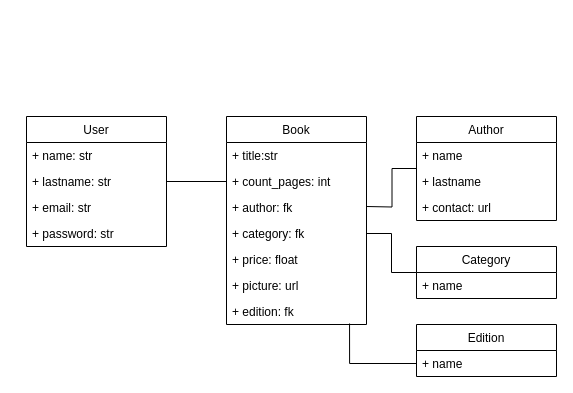
Earlier version of the draw.io diagram doc/association_entity_diagram.drawio (jbbaillet85/veille_tracking). Source tidied: cells renumbered, new cells numbered last; positions are measured from the earlier drawing's top-left corner, leaving out a move shared by most shapes. Both pictures are drawn from the tidied source at 100%, with x=0, y=0 at pixel (26, 116).
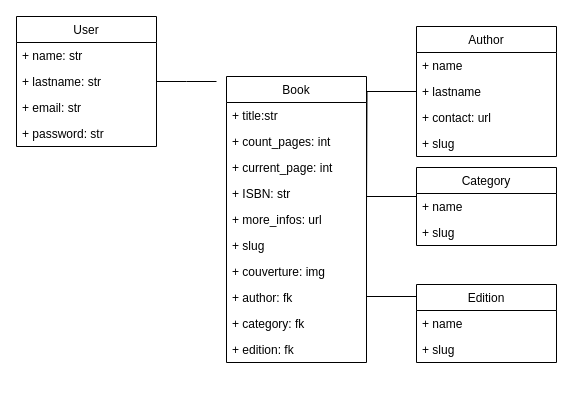
After the change.

Commit message (it also covers changes not shown here):
docs: add diagrame entity association for models and features in readme

Unchanged cells that the change refers to:
```xml
<mxCell id="10" value="+ count_pages: int" style="text;strokeColor=none;fillColor=none;align=left;verticalAlign=top;spacingLeft=4;spacingRight=4;overflow=hidden;points=[[0,0.5],[1,0.5]];portConstraint=eastwest;" parent="8" vertex="1">
  <mxGeometry y="52" width="140" height="26" as="geometry" />
</mxCell>
<mxCell id="25" value="+ name" style="text;strokeColor=none;fillColor=none;align=left;verticalAlign=top;spacingLeft=4;spacingRight=4;overflow=hidden;points=[[0,0.5],[1,0.5]];portConstraint=eastwest;" parent="24" vertex="1">
  <mxGeometry y="26" width="140" height="26" as="geometry" />
</mxCell>
```

Diff of the diagram source:
```diff
@@
-    <mxCell id="2" style="edgeStyle=orthogonalEdgeStyle;rounded=0;jettySize=auto;html=1;entryX=0;entryY=0.5;entryDx=0;entryDy=0;endArrow=none;endFill=0;" parent="1" edge="1" source="3" target="10">
-      <mxGeometry relative="1" as="geometry" />
+    <mxCell id="2" style="edgeStyle=orthogonalEdgeStyle;rounded=0;jettySize=auto;html=1;endArrow=none;endFill=0;" parent="1" edge="1" source="3">
+      <mxGeometry relative="1" as="geometry">
+        <mxPoint x="190" y="-35" as="targetPoint" />
+      </mxGeometry>
     </mxCell>
     <mxCell id="3" value="User" style="swimlane;fontStyle=0;horizontal=1;startSize=26;fillColor=none;" parent="1" vertex="1">
-      <mxGeometry width="140" height="130" as="geometry" />
+      <mxGeometry x="-10" y="-100" width="140" height="130" as="geometry" />
     </mxCell>
@@
     <mxCell id="8" value="Book" style="swimlane;fontStyle=0;horizontal=1;startSize=26;fillColor=none;" parent="1" vertex="1">
-      <mxGeometry x="200" width="140" height="208" as="geometry" />
+      <mxGeometry x="200" y="-40" width="140" height="286" as="geometry" />
     </mxCell>
@@
+    <mxCell id="27" value="+ current_page: int" style="text;strokeColor=none;fillColor=none;align=left;verticalAlign=top;spacingLeft=4;spacingRight=4;overflow=hidden;" parent="8" vertex="1">
+      <mxGeometry y="78" width="140" height="26" as="geometry" />
+    </mxCell>
+    <mxCell id="28" value="+ ISBN: str" style="text;strokeColor=none;fillColor=none;align=left;verticalAlign=top;spacingLeft=4;spacingRight=4;overflow=hidden;" parent="8" vertex="1">
+      <mxGeometry y="104" width="140" height="26" as="geometry" />
+    </mxCell>
+    <mxCell id="29" value="+ more_infos: url" style="text;strokeColor=none;fillColor=none;align=left;verticalAlign=top;spacingLeft=4;spacingRight=4;overflow=hidden;" parent="8" vertex="1">
+      <mxGeometry y="130" width="140" height="26" as="geometry" />
+    </mxCell>
+    <mxCell id="13" value="+ slug" style="text;strokeColor=none;fillColor=none;align=left;verticalAlign=top;spacingLeft=4;spacingRight=4;overflow=hidden;" parent="8" vertex="1">
+      <mxGeometry y="156" width="140" height="26" as="geometry" />
+    </mxCell>
+    <mxCell id="14" value="+ couverture: img" style="text;strokeColor=none;fillColor=none;align=left;verticalAlign=top;spacingLeft=4;spacingRight=4;overflow=hidden;" parent="8" vertex="1">
+      <mxGeometry y="182" width="140" height="26" as="geometry" />
+    </mxCell>
     <mxCell id="11" value="+ author: fk" style="text;strokeColor=none;fillColor=none;align=left;verticalAlign=top;spacingLeft=4;spacingRight=4;overflow=hidden;" parent="8" vertex="1">
-      <mxGeometry y="78" width="140" height="26" as="geometry" />
+      <mxGeometry y="208" width="140" height="26" as="geometry" />
     </mxCell>
     <mxCell id="12" value="+ category: fk" style="text;strokeColor=none;fillColor=none;align=left;verticalAlign=top;spacingLeft=4;spacingRight=4;overflow=hidden;points=[[0,0.5],[1,0.5]];portConstraint=eastwest;" parent="8" vertex="1">
-      <mxGeometry y="104" width="140" height="26" as="geometry" />
+      <mxGeometry y="234" width="140" height="26" as="geometry" />
     </mxCell>
-    <mxCell id="13" value="+ price: float" style="text;strokeColor=none;fillColor=none;align=left;verticalAlign=top;spacingLeft=4;spacingRight=4;overflow=hidden;" parent="8" vertex="1">
-      <mxGeometry y="130" width="140" height="26" as="geometry" />
-    </mxCell>
-    <mxCell id="14" value="+ picture: url" style="text;strokeColor=none;fillColor=none;align=left;verticalAlign=top;spacingLeft=4;spacingRight=4;overflow=hidden;" parent="8" vertex="1">
-      <mxGeometry y="156" width="140" height="26" as="geometry" />
-    </mxCell>
     <mxCell id="15" value="+ edition: fk" style="text;strokeColor=none;fillColor=none;align=left;verticalAlign=top;spacingLeft=4;spacingRight=4;overflow=hidden;points=[[0,0.5],[1,0.5]];portConstraint=eastwest;" parent="8" vertex="1">
-      <mxGeometry y="182" width="140" height="26" as="geometry" />
+      <mxGeometry y="260" width="140" height="26" as="geometry" />
     </mxCell>
@@
     <mxCell id="17" value="Author" style="swimlane;fontStyle=0;horizontal=1;startSize=26;fillColor=none;" parent="1" vertex="1">
-      <mxGeometry x="390" width="140" height="104" as="geometry" />
+      <mxGeometry x="390" y="-90" width="140" height="130" as="geometry" />
     </mxCell>
@@
+    <mxCell id="30" value="+ slug" style="text;strokeColor=none;fillColor=none;align=left;verticalAlign=top;spacingLeft=4;spacingRight=4;overflow=hidden;" parent="17" vertex="1">
+      <mxGeometry y="104" width="140" height="26" as="geometry" />
+    </mxCell>
     <mxCell id="21" style="edgeStyle=orthogonalEdgeStyle;rounded=0;jettySize=auto;html=1;entryX=1;entryY=0.5;entryDx=0;entryDy=0;endArrow=none;endFill=0;" parent="1" edge="1" source="22" target="12">
-      <mxGeometry relative="1" as="geometry" />
+      <mxGeometry relative="1" as="geometry">
+        <Array as="points">
+          <mxPoint x="340" y="80" />
+        </Array>
+      </mxGeometry>
     </mxCell>
     <mxCell id="22" value="Category" style="swimlane;fontStyle=0;horizontal=1;startSize=26;fillColor=none;" parent="1" vertex="1">
-      <mxGeometry x="390" y="130" width="140" height="52" as="geometry" />
+      <mxGeometry x="390" y="51" width="140" height="78" as="geometry" />
     </mxCell>
@@
+    <mxCell id="31" value="+ slug" style="text;strokeColor=none;fillColor=none;align=left;verticalAlign=top;spacingLeft=4;spacingRight=4;overflow=hidden;" parent="22" vertex="1">
+      <mxGeometry y="52" width="140" height="26" as="geometry" />
+    </mxCell>
+    <mxCell id="32" style="edgeStyle=orthogonalEdgeStyle;rounded=0;jettySize=auto;html=1;entryX=1;entryY=0.5;entryDx=0;entryDy=0;endArrow=none;endFill=0;" parent="1" edge="1" source="24" target="15">
+      <mxGeometry relative="1" as="geometry">
+        <Array as="points">
+          <mxPoint x="340" y="180" />
+        </Array>
+      </mxGeometry>
+    </mxCell>
     <mxCell id="24" value="Edition" style="swimlane;fontStyle=0;horizontal=1;startSize=26;fillColor=none;" parent="1" vertex="1">
-      <mxGeometry x="390" y="208" width="140" height="52" as="geometry" />
+      <mxGeometry x="390" y="168" width="140" height="78" as="geometry" />
     </mxCell>
@@
-    <mxCell id="26" style="edgeStyle=orthogonalEdgeStyle;rounded=0;jettySize=auto;html=1;entryX=0.879;entryY=0.962;entryDx=0;entryDy=0;entryPerimeter=0;endArrow=none;endFill=0;" parent="1" edge="1" source="25" target="15">
-      <mxGeometry relative="1" as="geometry" />
-    </mxCell>
+    <mxCell id="33" value="+ slug" style="text;strokeColor=none;fillColor=none;align=left;verticalAlign=top;spacingLeft=4;spacingRight=4;overflow=hidden;" parent="24" vertex="1">
+      <mxGeometry y="52" width="140" height="26" as="geometry" />
+    </mxCell>
```
